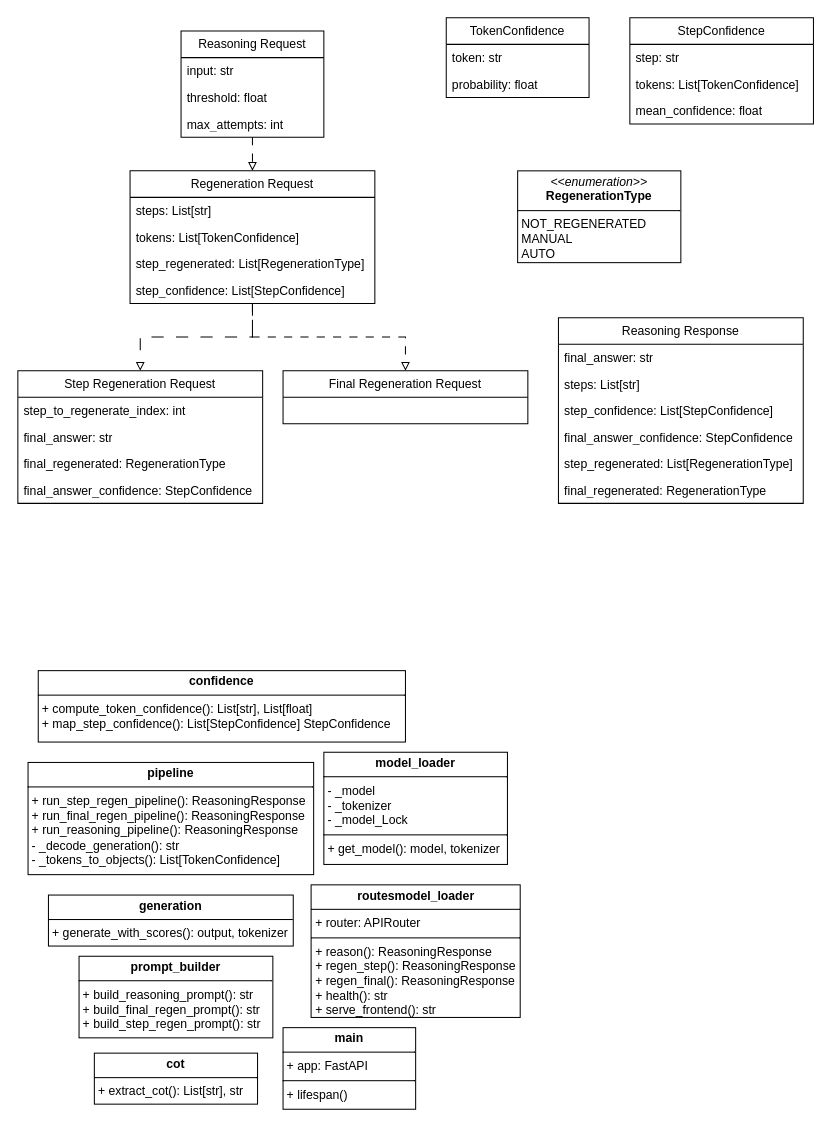
Above: diagrams/class_diagrams.drawio in rieselin/BA_XAI_for_LLMs (draw.io), before the change. Source tidied: cells renumbered, new cells numbered last; positions are measured from the earlier drawing's top-left corner, leaving out a move shared by most shapes. Both pictures are drawn from the tidied source at 102%, with x=0, y=0 at pixel (17, 17).
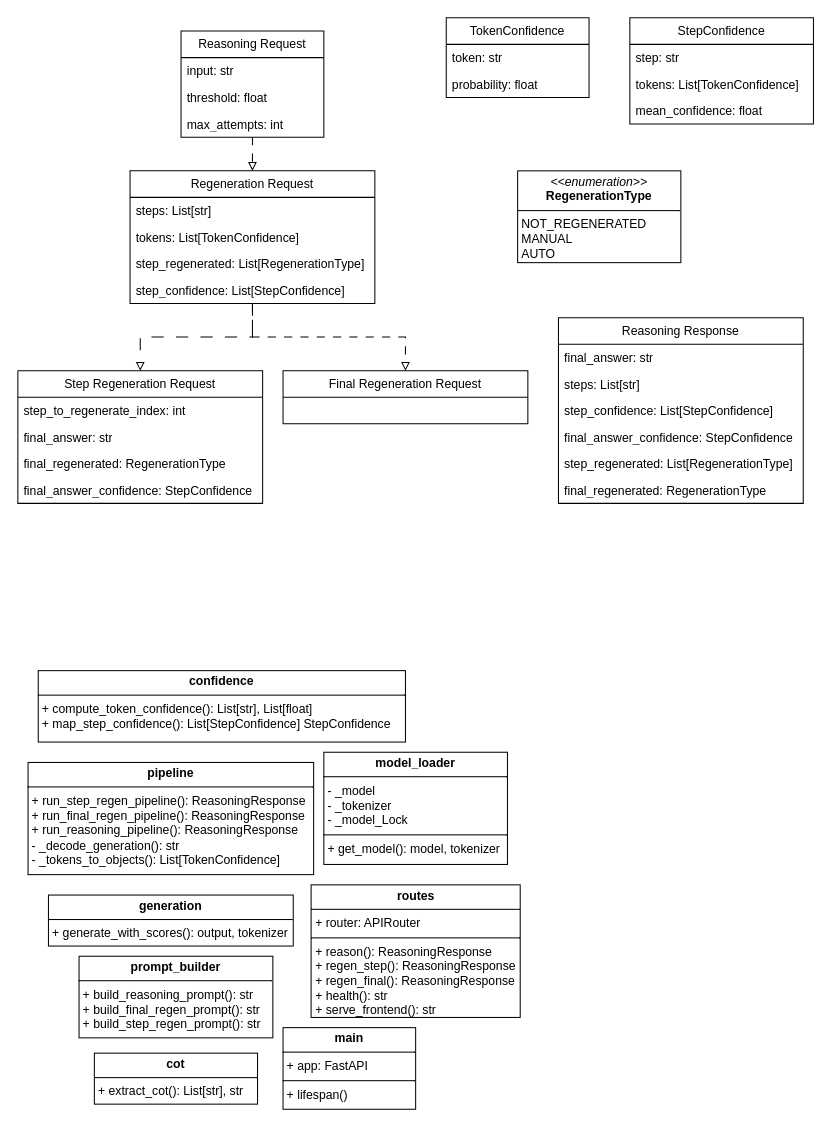
After the change.

Diff of the diagram source:
```diff
@@
-    <mxCell id="41" value="&lt;p style=&quot;margin:0px;margin-top:4px;text-align:center;&quot;&gt;&lt;b&gt;routes&lt;/b&gt;&lt;b style=&quot;background-color: transparent; color: light-dark(rgb(0, 0, 0), rgb(255, 255, 255));&quot;&gt;model_loader&lt;/b&gt;&lt;/p&gt;&lt;hr size=&quot;1&quot; style=&quot;border-style: solid;&quot;&gt;&lt;p style=&quot;margin: 0px 0px 0px 4px;&quot;&gt;+ router: APIRouter&lt;/p&gt;&lt;hr size=&quot;1&quot; style=&quot;border-style:solid;&quot;&gt;&lt;p style=&quot;margin:0px;margin-left:4px;&quot;&gt;+ reason(): ReasoningResponse&lt;/p&gt;&lt;p style=&quot;margin:0px;margin-left:4px;&quot;&gt;+ regen_step(): ReasoningResponse&lt;/p&gt;&lt;p style=&quot;margin:0px;margin-left:4px;&quot;&gt;+ regen_final(): ReasoningResponse&lt;/p&gt;&lt;p style=&quot;margin:0px;margin-left:4px;&quot;&gt;+ health(): str&lt;/p&gt;&lt;p style=&quot;margin:0px;margin-left:4px;&quot;&gt;+ serve_frontend(): str&lt;/p&gt;" style="verticalAlign=top;align=left;overflow=fill;html=1;whiteSpace=wrap;" parent="1" vertex="1">
+    <mxCell id="41" value="&lt;p style=&quot;margin:0px;margin-top:4px;text-align:center;&quot;&gt;&lt;b&gt;routes&lt;/b&gt;&lt;/p&gt;&lt;hr size=&quot;1&quot; style=&quot;border-style: solid;&quot;&gt;&lt;p style=&quot;margin: 0px 0px 0px 4px;&quot;&gt;+ router: APIRouter&lt;/p&gt;&lt;hr size=&quot;1&quot; style=&quot;border-style:solid;&quot;&gt;&lt;p style=&quot;margin:0px;margin-left:4px;&quot;&gt;+ reason(): ReasoningResponse&lt;/p&gt;&lt;p style=&quot;margin:0px;margin-left:4px;&quot;&gt;+ regen_step(): ReasoningResponse&lt;/p&gt;&lt;p style=&quot;margin:0px;margin-left:4px;&quot;&gt;+ regen_final(): ReasoningResponse&lt;/p&gt;&lt;p style=&quot;margin:0px;margin-left:4px;&quot;&gt;+ health(): str&lt;/p&gt;&lt;p style=&quot;margin:0px;margin-left:4px;&quot;&gt;+ serve_frontend(): str&lt;/p&gt;" style="verticalAlign=top;align=left;overflow=fill;html=1;whiteSpace=wrap;" parent="1" vertex="1">
       <mxGeometry x="287.5" y="850" width="205" height="130" as="geometry" />
     </mxCell>
```
